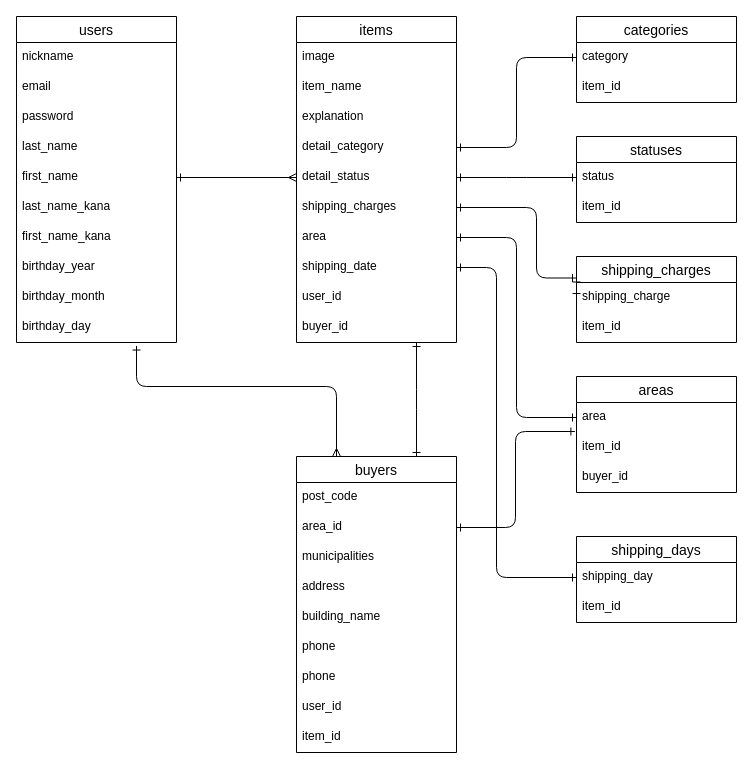
Before: ER2.dio in rily53/furima-37507, a draw.io diagram. Source tidied: cells renumbered, new cells numbered last; positions are measured from the earlier drawing's top-left corner, leaving out a move shared by most shapes. Both pictures are drawn from the tidied source at 100%, with x=0, y=0 at pixel (16, 16).
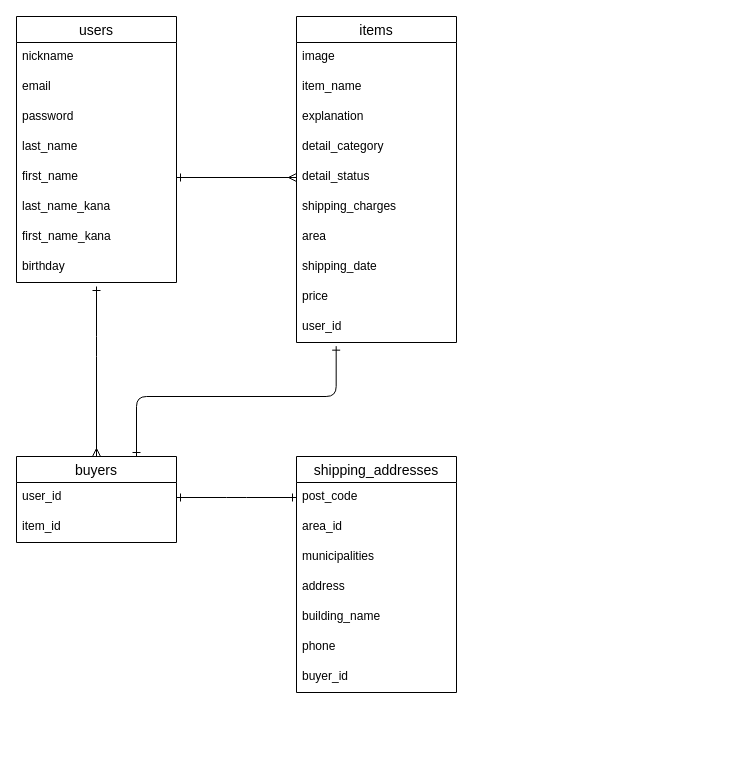
The same diagram, later.

The change refers to these unchanged cells:
```xml
<mxCell id="13" value="items" style="swimlane;fontStyle=0;horizontal=1;startSize=26;align=center;fontSize=14;" parent="1" vertex="1">
  <mxGeometry x="280" width="160" height="326" as="geometry" />
</mxCell>
<mxCell id="17" value="detail_category" style="text;strokeColor=none;fillColor=none;spacingLeft=4;spacingRight=4;overflow=hidden;points=[[0,0.5],[1,0.5]];portConstraint=eastwest;fontSize=12;" parent="13" vertex="1">
  <mxGeometry y="116" width="160" height="30" as="geometry" />
</mxCell>
<mxCell id="18" value="detail_status" style="text;strokeColor=none;fillColor=none;spacingLeft=4;spacingRight=4;overflow=hidden;points=[[0,0.5],[1,0.5]];portConstraint=eastwest;fontSize=12;" parent="13" vertex="1">
  <mxGeometry y="146" width="160" height="30" as="geometry" />
</mxCell>
<mxCell id="19" value="shipping_charges" style="text;strokeColor=none;fillColor=none;spacingLeft=4;spacingRight=4;overflow=hidden;points=[[0,0.5],[1,0.5]];portConstraint=eastwest;fontSize=12;" parent="13" vertex="1">
  <mxGeometry y="176" width="160" height="30" as="geometry" />
</mxCell>
<mxCell id="20" value="area" style="text;strokeColor=none;fillColor=none;spacingLeft=4;spacingRight=4;overflow=hidden;points=[[0,0.5],[1,0.5]];portConstraint=eastwest;fontSize=12;" parent="13" vertex="1">
  <mxGeometry y="206" width="160" height="30" as="geometry" />
</mxCell>
<mxCell id="21" value="shipping_date" style="text;strokeColor=none;fillColor=none;spacingLeft=4;spacingRight=4;overflow=hidden;points=[[0,0.5],[1,0.5]];portConstraint=eastwest;fontSize=12;" parent="13" vertex="1">
  <mxGeometry y="236" width="160" height="30" as="geometry" />
</mxCell>
<mxCell id="26" value="post_code" style="text;strokeColor=none;fillColor=none;spacingLeft=4;spacingRight=4;overflow=hidden;points=[[0,0.5],[1,0.5]];portConstraint=eastwest;fontSize=12;" parent="25" vertex="1">
  <mxGeometry y="26" width="160" height="30" as="geometry" />
</mxCell>
<mxCell id="27" value="area_id" style="text;strokeColor=none;fillColor=none;spacingLeft=4;spacingRight=4;overflow=hidden;points=[[0,0.5],[1,0.5]];portConstraint=eastwest;fontSize=12;" parent="25" vertex="1">
  <mxGeometry y="56" width="160" height="30" as="geometry" />
</mxCell>
```

What changed in the source:
```diff
@@
     <mxCell id="2" value="users" style="swimlane;fontStyle=0;horizontal=1;startSize=26;align=center;fontSize=14;" parent="1" vertex="1">
-      <mxGeometry width="160" height="326" as="geometry" />
+      <mxGeometry width="160" height="266" as="geometry" />
     </mxCell>
@@
-    <mxCell id="10" value="birthday_year" style="text;strokeColor=none;fillColor=none;spacingLeft=4;spacingRight=4;overflow=hidden;fontSize=12;" parent="2" vertex="1">
+    <mxCell id="10" value="birthday" style="text;strokeColor=none;fillColor=none;spacingLeft=4;spacingRight=4;overflow=hidden;fontSize=12;" parent="2" vertex="1">
       <mxGeometry y="236" width="160" height="30" as="geometry" />
     </mxCell>
-    <mxCell id="11" value="birthday_month" style="text;strokeColor=none;fillColor=none;spacingLeft=4;spacingRight=4;overflow=hidden;fontSize=12;" parent="2" vertex="1">
-      <mxGeometry y="266" width="160" height="30" as="geometry" />
-    </mxCell>
-    <mxCell id="12" value="birthday_day" style="text;strokeColor=none;fillColor=none;spacingLeft=4;spacingRight=4;overflow=hidden;points=[[0,0.5],[1,0.5]];portConstraint=eastwest;fontSize=12;" parent="2" vertex="1">
-      <mxGeometry y="296" width="160" height="30" as="geometry" />
-    </mxCell>
@@
-    <mxCell id="22" value="user_id" style="text;strokeColor=none;fillColor=none;spacingLeft=4;spacingRight=4;overflow=hidden;fontSize=12;" parent="13" vertex="1">
+    <mxCell id="22" value="price" style="text;strokeColor=none;fillColor=none;spacingLeft=4;spacingRight=4;overflow=hidden;fontSize=12;" parent="13" vertex="1">
       <mxGeometry y="266" width="160" height="30" as="geometry" />
     </mxCell>
-    <mxCell id="23" value="buyer_id" style="text;strokeColor=none;fillColor=none;spacingLeft=4;spacingRight=4;overflow=hidden;fontSize=12;" parent="13" vertex="1">
-      <mxGeometry y="296" width="160" height="30" as="geometry" />
-    </mxCell>
-    <mxCell id="24" style="edgeStyle=elbowEdgeStyle;elbow=vertical;html=1;exitX=0.75;exitY=0;exitDx=0;exitDy=0;entryX=0.75;entryY=1;entryDx=0;entryDy=0;startArrow=ERone;startFill=0;endArrow=ERone;endFill=0;strokeWidth=1;" parent="1" edge="1" source="25" target="13">
-      <mxGeometry relative="1" as="geometry" />
-    </mxCell>
+    <mxCell id="60" value="user_id" style="text;strokeColor=none;fillColor=none;spacingLeft=4;spacingRight=4;overflow=hidden;points=[[0,0.5],[1,0.5]];portConstraint=eastwest;fontSize=12;" parent="13" vertex="1">
+      <mxGeometry y="296" width="160" height="30" as="geometry" />
+    </mxCell>
-    <mxCell id="25" value="buyers" style="swimlane;fontStyle=0;horizontal=1;startSize=26;align=center;fontSize=14;" parent="1" vertex="1">
-      <mxGeometry x="280" y="440" width="160" height="296" as="geometry" />
+    <mxCell id="25" value="shipping_addresses" style="swimlane;fontStyle=0;horizontal=1;startSize=26;align=center;fontSize=14;" parent="1" vertex="1">
+      <mxGeometry x="280" y="440" width="160" height="236" as="geometry" />
     </mxCell>
@@
-    <mxCell id="32" value="phone" style="text;strokeColor=none;fillColor=none;spacingLeft=4;spacingRight=4;overflow=hidden;fontSize=12;" parent="25" vertex="1">
-      <mxGeometry y="206" width="160" height="30" as="geometry" />
-    </mxCell>
-    <mxCell id="33" value="user_id" style="text;strokeColor=none;fillColor=none;spacingLeft=4;spacingRight=4;overflow=hidden;fontSize=12;" parent="25" vertex="1">
-      <mxGeometry y="236" width="160" height="30" as="geometry" />
+    <mxCell id="33" value="buyer_id" style="text;strokeColor=none;fillColor=none;spacingLeft=4;spacingRight=4;overflow=hidden;fontSize=12;" parent="25" vertex="1">
+      <mxGeometry y="206" width="160" height="30" as="geometry" />
     </mxCell>
-    <mxCell id="34" value="item_id" style="text;strokeColor=none;fillColor=none;spacingLeft=4;spacingRight=4;overflow=hidden;fontSize=12;" parent="25" vertex="1">
-      <mxGeometry y="266" width="160" height="30" as="geometry" />
-    </mxCell>
@@
-    <mxCell id="36" style="edgeStyle=elbowEdgeStyle;elbow=vertical;html=1;exitX=0.75;exitY=1.118;exitDx=0;exitDy=0;entryX=0.25;entryY=0;entryDx=0;entryDy=0;startArrow=ERone;startFill=0;endArrow=ERmany;endFill=0;strokeWidth=1;exitPerimeter=0;" parent="1" edge="1" source="12" target="25">
+    <mxCell id="36" style="edgeStyle=elbowEdgeStyle;elbow=vertical;html=1;entryX=0.5;entryY=0;entryDx=0;entryDy=0;startArrow=ERone;startFill=0;endArrow=ERmany;endFill=0;strokeWidth=1;" parent="1" edge="1" target="61">
       <mxGeometry relative="1" as="geometry">
+        <mxPoint x="80" y="270" as="sourcePoint" />
         <Array as="points">
+          <mxPoint x="60" y="330" />
+          <mxPoint x="130" y="390" />
           <mxPoint x="220" y="370" />
           <mxPoint x="240" y="360" />
         </Array>
       </mxGeometry>
     </mxCell>
-    <mxCell id="37" value="categories" style="swimlane;fontStyle=0;horizontal=1;startSize=26;align=center;fontSize=14;" parent="1" vertex="1">
-      <mxGeometry x="560" width="160" height="86" as="geometry" />
-    </mxCell>
-    <mxCell id="38" value="category" style="text;strokeColor=none;fillColor=none;spacingLeft=4;spacingRight=4;overflow=hidden;points=[[0,0.5],[1,0.5]];portConstraint=eastwest;fontSize=12;" parent="37" vertex="1">
-      <mxGeometry y="26" width="160" height="30" as="geometry" />
-    </mxCell>
-    <mxCell id="39" value="item_id" style="text;strokeColor=none;fillColor=none;spacingLeft=4;spacingRight=4;overflow=hidden;fontSize=12;" parent="37" vertex="1">
-      <mxGeometry y="56" width="160" height="30" as="geometry" />
-    </mxCell>
-    <mxCell id="40" value="statuses" style="swimlane;fontStyle=0;horizontal=1;startSize=26;align=center;fontSize=14;" parent="1" vertex="1">
-      <mxGeometry x="560" y="120" width="160" height="86" as="geometry" />
-    </mxCell>
-    <mxCell id="41" value="status" style="text;strokeColor=none;fillColor=none;spacingLeft=4;spacingRight=4;overflow=hidden;points=[[0,0.5],[1,0.5]];portConstraint=eastwest;fontSize=12;" parent="40" vertex="1">
-      <mxGeometry y="26" width="160" height="30" as="geometry" />
-    </mxCell>
-    <mxCell id="42" value="item_id" style="text;strokeColor=none;fillColor=none;spacingLeft=4;spacingRight=4;overflow=hidden;fontSize=12;" parent="40" vertex="1">
-      <mxGeometry y="56" width="160" height="30" as="geometry" />
-    </mxCell>
-    <mxCell id="43" value="shipping_charges" style="swimlane;fontStyle=0;horizontal=1;startSize=26;align=center;fontSize=14;" parent="1" vertex="1">
-      <mxGeometry x="560" y="240" width="160" height="86" as="geometry" />
-    </mxCell>
-    <mxCell id="44" value="shipping_charge" style="text;strokeColor=none;fillColor=none;spacingLeft=4;spacingRight=4;overflow=hidden;points=[[0,0.5],[1,0.5]];portConstraint=eastwest;fontSize=12;" parent="43" vertex="1">
-      <mxGeometry y="26" width="160" height="30" as="geometry" />
-    </mxCell>
-    <mxCell id="45" value="item_id" style="text;strokeColor=none;fillColor=none;spacingLeft=4;spacingRight=4;overflow=hidden;fontSize=12;" parent="43" vertex="1">
-      <mxGeometry y="56" width="160" height="30" as="geometry" />
-    </mxCell>
-    <mxCell id="46" style="edgeStyle=elbowEdgeStyle;html=1;exitX=0;exitY=0.25;exitDx=0;exitDy=0;entryX=0;entryY=0.5;entryDx=0;entryDy=0;startArrow=ERone;startFill=0;endArrow=ERone;endFill=0;" parent="43" edge="1" source="43" target="44">
-      <mxGeometry relative="1" as="geometry" />
-    </mxCell>
-    <mxCell id="47" value="areas" style="swimlane;fontStyle=0;horizontal=1;startSize=26;align=center;fontSize=14;" parent="1" vertex="1">
-      <mxGeometry x="560" y="360" width="160" height="116" as="geometry" />
-    </mxCell>
-    <mxCell id="48" value="area" style="text;strokeColor=none;fillColor=none;spacingLeft=4;spacingRight=4;overflow=hidden;points=[[0,0.5],[1,0.5]];portConstraint=eastwest;fontSize=12;" parent="47" vertex="1">
-      <mxGeometry y="26" width="160" height="30" as="geometry" />
-    </mxCell>
-    <mxCell id="49" value="item_id" style="text;strokeColor=none;fillColor=none;spacingLeft=4;spacingRight=4;overflow=hidden;fontSize=12;" parent="47" vertex="1">
-      <mxGeometry y="56" width="160" height="30" as="geometry" />
-    </mxCell>
-    <mxCell id="50" value="buyer_id" style="text;strokeColor=none;fillColor=none;spacingLeft=4;spacingRight=4;overflow=hidden;fontSize=12;" parent="47" vertex="1">
-      <mxGeometry y="86" width="160" height="30" as="geometry" />
-    </mxCell>
-    <mxCell id="51" value="shipping_days" style="swimlane;fontStyle=0;horizontal=1;startSize=26;align=center;fontSize=14;" parent="1" vertex="1">
-      <mxGeometry x="560" y="520" width="160" height="86" as="geometry" />
-    </mxCell>
-    <mxCell id="52" value="shipping_day" style="text;strokeColor=none;fillColor=none;spacingLeft=4;spacingRight=4;overflow=hidden;points=[[0,0.5],[1,0.5]];portConstraint=eastwest;fontSize=12;" parent="51" vertex="1">
-      <mxGeometry y="26" width="160" height="30" as="geometry" />
-    </mxCell>
-    <mxCell id="53" value="item_id" style="text;strokeColor=none;fillColor=none;spacingLeft=4;spacingRight=4;overflow=hidden;fontSize=12;" parent="51" vertex="1">
-      <mxGeometry y="56" width="160" height="30" as="geometry" />
-    </mxCell>
-    <mxCell id="54" style="edgeStyle=elbowEdgeStyle;html=1;exitX=1;exitY=0.5;exitDx=0;exitDy=0;entryX=0;entryY=0.5;entryDx=0;entryDy=0;startArrow=ERone;startFill=0;endArrow=ERone;endFill=0;" parent="1" edge="1" source="17" target="38">
-      <mxGeometry relative="1" as="geometry" />
-    </mxCell>
-    <mxCell id="55" style="edgeStyle=elbowEdgeStyle;html=1;exitX=1;exitY=0.5;exitDx=0;exitDy=0;entryX=0;entryY=0.25;entryDx=0;entryDy=0;startArrow=ERone;startFill=0;endArrow=ERone;endFill=0;" parent="1" edge="1" source="19" target="43">
-      <mxGeometry relative="1" as="geometry">
-        <Array as="points">
-          <mxPoint x="520" y="220" />
-          <mxPoint x="530" y="210" />
-        </Array>
-      </mxGeometry>
-    </mxCell>
-    <mxCell id="56" style="edgeStyle=elbowEdgeStyle;html=1;exitX=1;exitY=0.5;exitDx=0;exitDy=0;entryX=0;entryY=0.5;entryDx=0;entryDy=0;startArrow=ERone;startFill=0;endArrow=ERone;endFill=0;" parent="1" edge="1" source="18" target="41">
-      <mxGeometry relative="1" as="geometry" />
-    </mxCell>
-    <mxCell id="57" style="edgeStyle=elbowEdgeStyle;html=1;exitX=1;exitY=0.5;exitDx=0;exitDy=0;entryX=0;entryY=0.5;entryDx=0;entryDy=0;startArrow=ERone;startFill=0;endArrow=ERone;endFill=0;" parent="1" edge="1" source="20" target="48">
-      <mxGeometry relative="1" as="geometry" />
-    </mxCell>
-    <mxCell id="58" style="edgeStyle=elbowEdgeStyle;html=1;exitX=1;exitY=0.5;exitDx=0;exitDy=0;entryX=0;entryY=0.5;entryDx=0;entryDy=0;startArrow=ERone;startFill=0;endArrow=ERone;endFill=0;" parent="1" edge="1" source="21" target="52">
-      <mxGeometry relative="1" as="geometry">
-        <Array as="points">
-          <mxPoint x="480" y="440" />
-        </Array>
-      </mxGeometry>
-    </mxCell>
-    <mxCell id="59" style="edgeStyle=elbowEdgeStyle;html=1;exitX=1;exitY=0.5;exitDx=0;exitDy=0;entryX=-0.01;entryY=0.967;entryDx=0;entryDy=0;entryPerimeter=0;startArrow=ERone;startFill=0;endArrow=ERone;endFill=0;" parent="1" edge="1" source="27" target="48">
-      <mxGeometry relative="1" as="geometry" />
-    </mxCell>
+    <mxCell id="61" value="buyers" style="swimlane;fontStyle=0;horizontal=1;startSize=26;align=center;fontSize=14;" parent="1" vertex="1">
+      <mxGeometry y="440" width="160" height="86" as="geometry" />
+    </mxCell>
+    <mxCell id="62" value="user_id" style="text;strokeColor=none;fillColor=none;spacingLeft=4;spacingRight=4;overflow=hidden;points=[[0,0.5],[1,0.5]];portConstraint=eastwest;fontSize=12;" parent="61" vertex="1">
+      <mxGeometry y="26" width="160" height="30" as="geometry" />
+    </mxCell>
+    <mxCell id="63" value="item_id" style="text;strokeColor=none;fillColor=none;spacingLeft=4;spacingRight=4;overflow=hidden;fontSize=12;" parent="61" vertex="1">
+      <mxGeometry y="56" width="160" height="30" as="geometry" />
+    </mxCell>
+    <mxCell id="64" style="edgeStyle=elbowEdgeStyle;html=1;exitX=0.248;exitY=1.122;exitDx=0;exitDy=0;entryX=0.75;entryY=0;entryDx=0;entryDy=0;startArrow=ERone;startFill=0;endArrow=ERone;endFill=0;elbow=vertical;exitPerimeter=0;" parent="1" edge="1" source="60" target="61">
+      <mxGeometry relative="1" as="geometry">
+        <Array as="points">
+          <mxPoint x="220" y="380" />
+        </Array>
+      </mxGeometry>
+    </mxCell>
+    <mxCell id="65" style="edgeStyle=elbowEdgeStyle;elbow=vertical;html=1;exitX=1;exitY=0.5;exitDx=0;exitDy=0;entryX=0;entryY=0.5;entryDx=0;entryDy=0;startArrow=ERone;startFill=0;endArrow=ERone;endFill=0;" parent="1" edge="1" source="62" target="26">
+      <mxGeometry relative="1" as="geometry" />
+    </mxCell>
```
